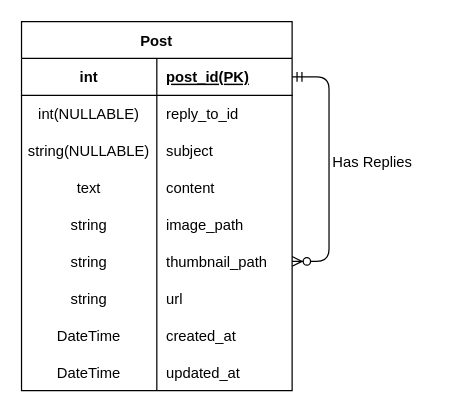
Aki158/Imageboard-Webapp keeps this draw.io diagram as Design/ER.dio. Above is the earlier version. Source tidied: cells renumbered, new cells numbered last; positions are measured from the earlier drawing's top-left corner, leaving out a move shared by most shapes. Both pictures are drawn from the tidied source at 123%, with x=0, y=0 at pixel (21, 21).
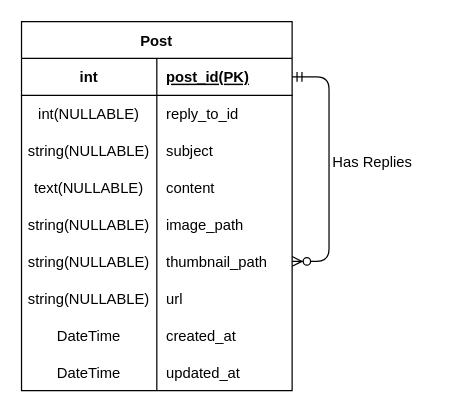
After the change.

Unchanged cells that the change refers to:
```xml
<mxCell id="12" style="shape=tableRow;horizontal=0;startSize=0;swimlaneHead=0;swimlaneBody=0;fillColor=none;top=0;left=0;right=0;bottom=0;" parent="2" vertex="1">
  <mxGeometry y="120" width="220" height="30" as="geometry" />
</mxCell>
<mxCell id="15" style="shape=tableRow;horizontal=0;startSize=0;swimlaneHead=0;swimlaneBody=0;fillColor=none;top=0;left=0;right=0;bottom=0;" parent="2" vertex="1">
  <mxGeometry y="150" width="220" height="30" as="geometry" />
</mxCell>
<mxCell id="18" style="shape=tableRow;horizontal=0;startSize=0;swimlaneHead=0;swimlaneBody=0;fillColor=none;points=[[0,0.5],[1,0.5]];portConstraint=eastwest;top=0;left=0;right=0;bottom=0;" parent="2" vertex="1">
  <mxGeometry y="180" width="220" height="30" as="geometry" />
</mxCell>
<mxCell id="21" style="shape=tableRow;horizontal=0;startSize=0;swimlaneHead=0;swimlaneBody=0;fillColor=none;top=0;left=0;right=0;bottom=0;" parent="2" vertex="1">
  <mxGeometry y="210" width="220" height="30" as="geometry" />
</mxCell>
```

Diff of the diagram source:
```diff
@@
-    <mxCell id="13" value="text" style="shape=partialRectangle;fillColor=none;top=0;left=0;bottom=0;right=0;overflow=hidden;" parent="12" vertex="1">
+    <mxCell id="13" value="text(NULLABLE)" style="shape=partialRectangle;fillColor=none;top=0;left=0;bottom=0;right=0;overflow=hidden;" parent="12" vertex="1">
       <mxGeometry width="110" height="30" as="geometry" />
     </mxCell>
@@
-    <mxCell id="16" value="string" style="shape=partialRectangle;fillColor=none;top=0;left=0;bottom=0;right=0;overflow=hidden;" parent="15" vertex="1">
+    <mxCell id="16" value="string(NULLABLE)" style="shape=partialRectangle;fillColor=none;top=0;left=0;bottom=0;right=0;overflow=hidden;" parent="15" vertex="1">
       <mxGeometry width="110" height="30" as="geometry" />
     </mxCell>
@@
-    <mxCell id="19" value="string" style="shape=partialRectangle;fillColor=none;top=0;left=0;bottom=0;right=0;overflow=hidden;" parent="18" vertex="1">
+    <mxCell id="19" value="string(NULLABLE)" style="shape=partialRectangle;fillColor=none;top=0;left=0;bottom=0;right=0;overflow=hidden;" parent="18" vertex="1">
       <mxGeometry width="110" height="30" as="geometry" />
     </mxCell>
@@
-    <mxCell id="22" value="string" style="shape=partialRectangle;fillColor=none;top=0;left=0;bottom=0;right=0;overflow=hidden;" parent="21" vertex="1">
+    <mxCell id="22" value="string(NULLABLE)" style="shape=partialRectangle;fillColor=none;top=0;left=0;bottom=0;right=0;overflow=hidden;" parent="21" vertex="1">
       <mxGeometry width="110" height="30" as="geometry" />
     </mxCell>
```
